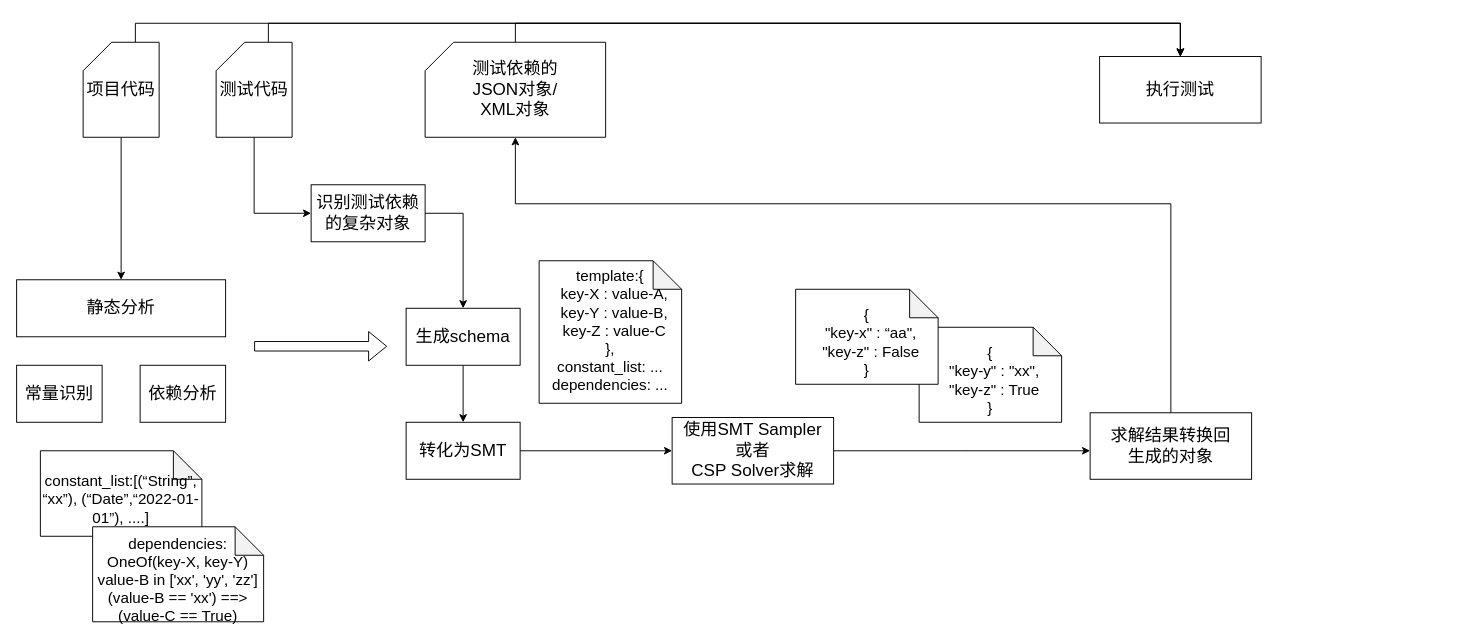
The draw.io diagram 未命名绘图.drawio in luyaor/luyao-data, before the edit. Source tidied: cells renumbered, new cells numbered last; positions are measured from the earlier drawing's top-left corner, leaving out a move shared by most shapes. Both pictures are drawn from the tidied source at 95%, with x=0, y=0 at pixel (16, 42).
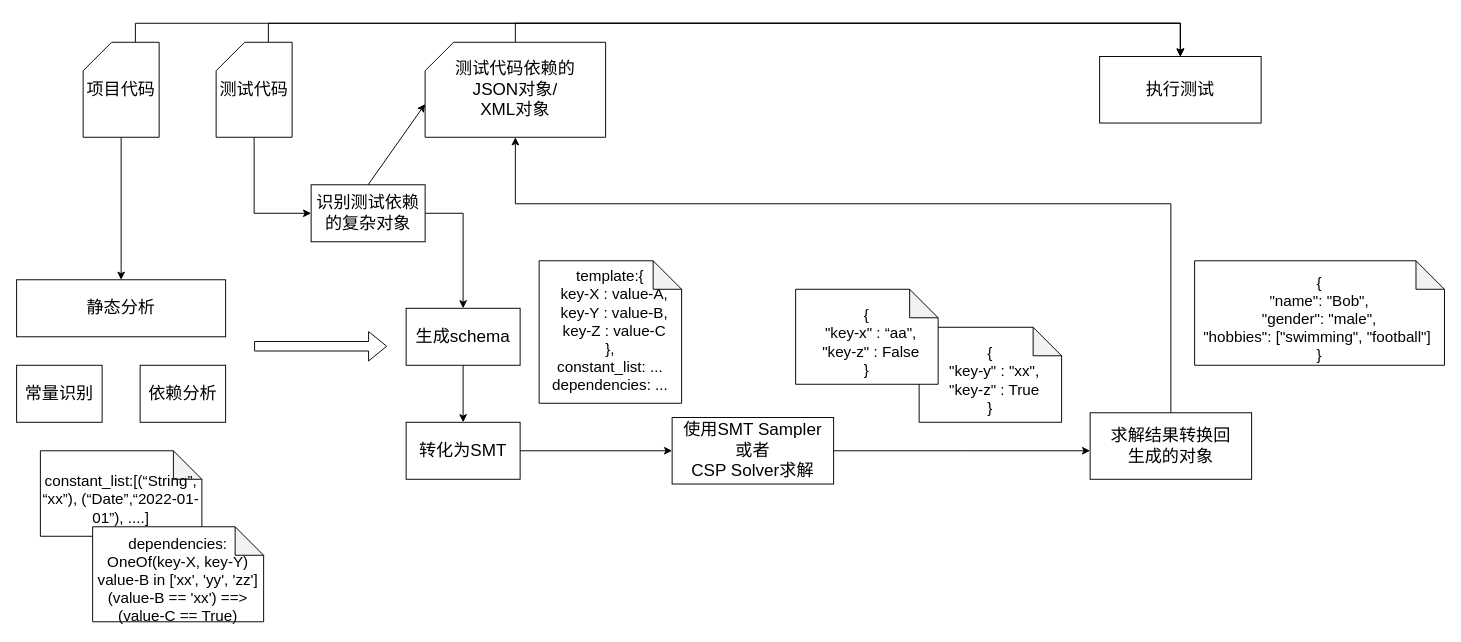
The same diagram, later.

Commit message:
更新未命名绘图.drawio

The change refers to these unchanged cells:
```xml
<mxCell id="24" value="&lt;span style=&quot;font-size: 18px;&quot;&gt;识别测试依赖的复杂对象&lt;/span&gt;" style="rounded=0;whiteSpace=wrap;html=1;" parent="1" vertex="1">
  <mxGeometry x="310" y="150" width="120" height="60" as="geometry" />
</mxCell>
```

Change to the diagram source:
```diff
@@
-    <mxCell id="18" value="&lt;font style=&quot;font-size: 18px;&quot;&gt;测试依赖的&lt;br&gt;JSON对象/&lt;br&gt;XML对象&lt;/font&gt;" style="shape=card;whiteSpace=wrap;html=1;" parent="1" vertex="1">
+    <mxCell id="18" value="&lt;font style=&quot;font-size: 18px;&quot;&gt;测试代码依赖的&lt;br&gt;JSON对象/&lt;br&gt;XML对象&lt;/font&gt;" style="shape=card;whiteSpace=wrap;html=1;" parent="1" vertex="1">
       <mxGeometry x="430" width="190" height="100" as="geometry" />
     </mxCell>
@@
+    <mxCell id="30" style="endArrow=classic;html=1;rounded=0;exitX=0.5;exitY=0;exitDx=0;exitDy=0;entryX=0;entryY=0;entryDx=0;entryDy=65;entryPerimeter=0;" parent="1" edge="1" source="24" target="18">
+      <mxGeometry relative="1" as="geometry" />
+    </mxCell>
+    <mxCell id="31" value="&lt;p&gt;&lt;/p&gt;&lt;span style=&quot;background-color: initial;&quot;&gt;&lt;font size=&quot;3&quot; face=&quot;等线&quot;&gt;&lt;div&gt;{&lt;/div&gt;&lt;div&gt;&quot;name&quot;: &quot;Bob&quot;,&lt;/div&gt;&lt;div&gt;&quot;gender&quot;: &quot;male&quot;,&lt;/div&gt;&lt;div&gt;&quot;hobbies&quot;: [&quot;swimming&quot;, &quot;football&quot;]&amp;nbsp;&lt;/div&gt;&lt;div&gt;}&lt;/div&gt;&lt;/font&gt;&lt;/span&gt;" style="shape=note;whiteSpace=wrap;html=1;backgroundOutline=1;darkOpacity=0.05;" parent="1" vertex="1">
+      <mxGeometry x="1240" y="230" width="263" height="110" as="geometry" />
+    </mxCell>
```
